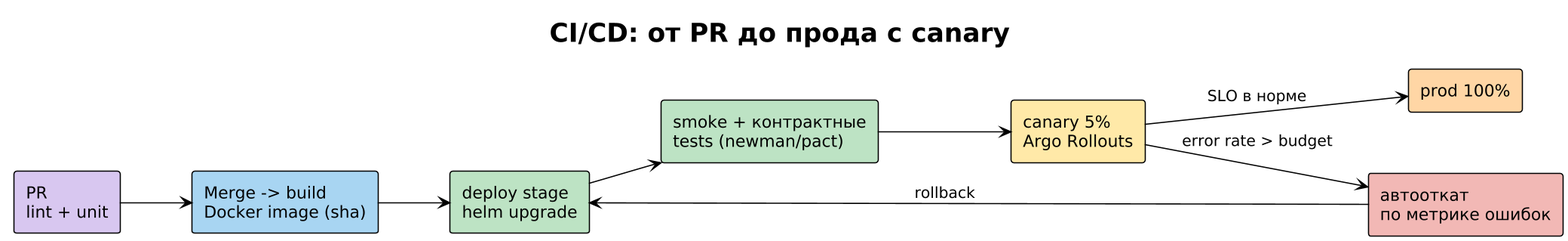
The PlantUML diagram images_fullstack/07_cicd_pipeline.png in maedodo11/fullstack-system-analyst, before a commit. Its source is kept beside it as puml_fullstack/07_cicd_pipeline.puml. Source of this version:
```plantuml
@startuml 07_cicd_pipeline
!pragma layout smetana
!theme plain
title CI/CD: от PR до прода с canary
left to right direction
rectangle "PR\nlint + unit" as A #D8C7F0
rectangle "Merge -> build\nDocker image (sha)" as B #A8D5F2
rectangle "deploy stage\nhelm upgrade" as C #BDE3C4
rectangle "smoke + контрактные\ntests (newman/pact)" as D #BDE3C4
rectangle "canary 5%\nArgo Rollouts" as E #FFE9A8
rectangle "prod 100%" as F #FFD6A5
rectangle "автооткат\nпо метрике ошибок" as R #F2B8B5
A --> B
B --> C
C --> D
D --> E
E --> F : SLO в норме
E --> R : error rate > budget
R --> C : rollback
@enduml
```
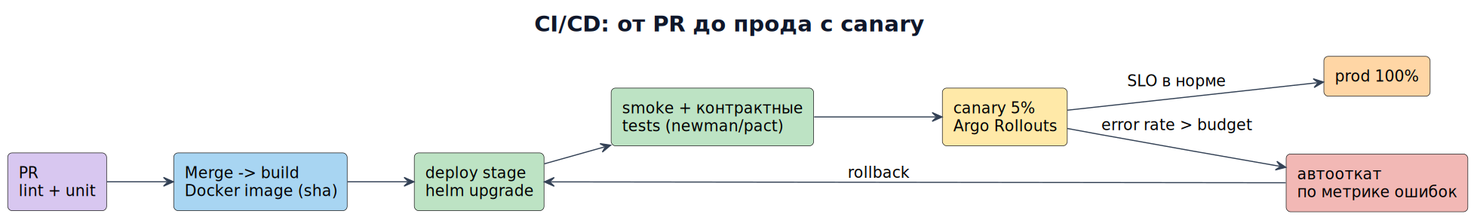
The same file after the commit.

Diff of the diagram source:
```diff
@@ -1,6 +1,15 @@
 @startuml 07_cicd_pipeline
-!pragma layout smetana
-!theme plain
+skinparam defaultFontName "DejaVu Sans"
+skinparam defaultFontSize 14
+skinparam backgroundColor #FFFFFF
+skinparam shadowing false
+skinparam roundcorner 8
+skinparam ArrowColor #334155
+skinparam titleFontColor #0F172A
+skinparam titleFontSize 20
+skinparam noteBackgroundColor #FFF7ED
+skinparam noteBorderColor #D97706
+skinparam dpi 140
 title CI/CD: от PR до прода с canary
 left to right direction
 rectangle "PR\nlint + unit" as A #D8C7F0
```
